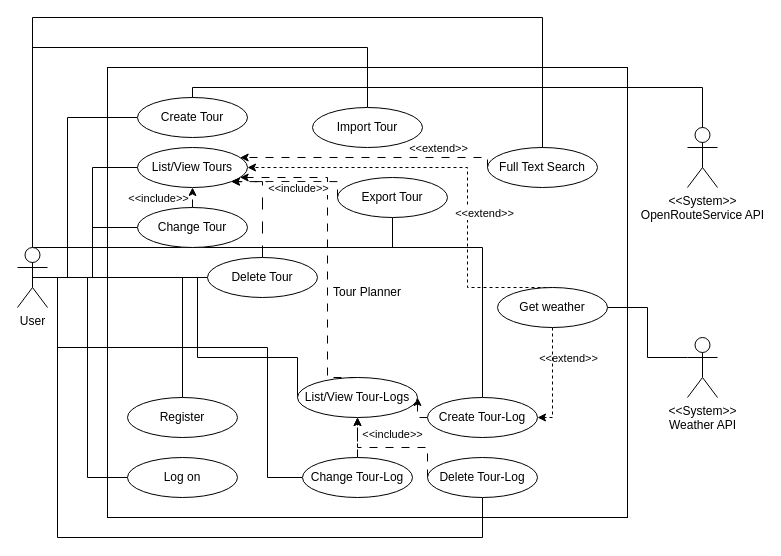
Above: docs/use cases/UseCaseDiagram.drawio in BIOApfelsaft/SWEN2_Tour_Planner (draw.io), before the change. Source tidied: cells renumbered, new cells numbered last; positions are measured from the earlier drawing's top-left corner, leaving out a move shared by most shapes. Both pictures are drawn from the tidied source at 100%, with x=0, y=0 at pixel (17, 17).
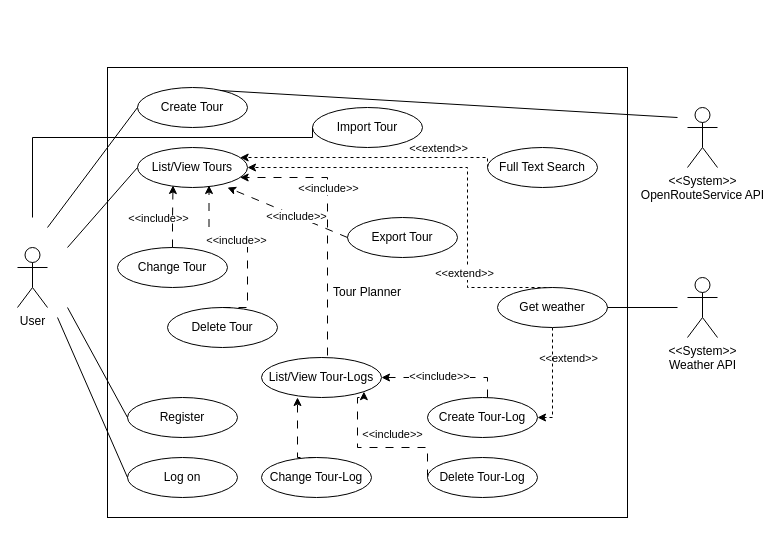
The same diagram, later.

Commit message:
Updated Use Case Diagram for better visuals

The change refers to these unchanged cells:
```xml
<mxCell id="16" value="User" style="shape=umlActor;verticalLabelPosition=bottom;verticalAlign=top;html=1;" parent="1" vertex="1">
  <mxGeometry y="230" width="30" height="60" as="geometry" />
</mxCell>
<mxCell id="21" value="Register" style="ellipse;whiteSpace=wrap;html=1;" parent="1" vertex="1">
  <mxGeometry x="110" y="380" width="110" height="40" as="geometry" />
</mxCell>
<mxCell id="22" value="Log on" style="ellipse;whiteSpace=wrap;html=1;" parent="1" vertex="1">
  <mxGeometry x="110" y="440" width="110" height="40" as="geometry" />
</mxCell>
<mxCell id="23" value="List/View Tours" style="ellipse;whiteSpace=wrap;html=1;" parent="1" vertex="1">
  <mxGeometry x="120" y="130" width="110" height="40" as="geometry" />
</mxCell>
<mxCell id="30" value="Create Tour-Log" style="ellipse;whiteSpace=wrap;html=1;" parent="1" vertex="1">
  <mxGeometry x="410" y="380" width="110" height="40" as="geometry" />
</mxCell>
<mxCell id="32" value="Delete Tour-Log" style="ellipse;whiteSpace=wrap;html=1;" parent="1" vertex="1">
  <mxGeometry x="410" y="440" width="110" height="40" as="geometry" />
</mxCell>
<mxCell id="39" value="Full Text Search" style="ellipse;whiteSpace=wrap;html=1;" parent="1" vertex="1">
  <mxGeometry x="470" y="130" width="110" height="40" as="geometry" />
</mxCell>
<mxCell id="43" value="Import Tour" style="ellipse;whiteSpace=wrap;html=1;" parent="1" vertex="1">
  <mxGeometry x="295" y="90" width="110" height="40" as="geometry" />
</mxCell>
<mxCell id="49" value="Get weather" style="ellipse;whiteSpace=wrap;html=1;" parent="1" vertex="1">
  <mxGeometry x="480" y="270" width="110" height="40" as="geometry" />
</mxCell>
```

What changed in the source:
```diff
@@
-    <mxCell id="3" style="edgeStyle=orthogonalEdgeStyle;rounded=0;jettySize=auto;html=1;exitX=0.5;exitY=0.5;exitDx=0;exitDy=0;exitPerimeter=0;endArrow=none;endFill=0;" parent="1" edge="1" source="16" target="21">
-      <mxGeometry relative="1" as="geometry" />
-    </mxCell>
-    <mxCell id="4" style="edgeStyle=orthogonalEdgeStyle;rounded=0;jettySize=auto;html=1;exitX=0.5;exitY=0.5;exitDx=0;exitDy=0;exitPerimeter=0;endArrow=none;endFill=0;" parent="1" edge="1" source="16" target="22">
-      <mxGeometry relative="1" as="geometry">
-        <Array as="points">
-          <mxPoint x="70" y="260" />
-          <mxPoint x="70" y="460" />
-        </Array>
-      </mxGeometry>
-    </mxCell>
-    <mxCell id="5" style="edgeStyle=orthogonalEdgeStyle;rounded=0;jettySize=auto;html=1;exitX=0.5;exitY=0.5;exitDx=0;exitDy=0;exitPerimeter=0;entryX=0;entryY=0.5;entryDx=0;entryDy=0;endArrow=none;endFill=0;" parent="1" edge="1" source="16" target="23">
-      <mxGeometry relative="1" as="geometry" />
-    </mxCell>
-    <mxCell id="6" style="edgeStyle=orthogonalEdgeStyle;rounded=0;jettySize=auto;html=1;exitX=0.5;exitY=0.5;exitDx=0;exitDy=0;exitPerimeter=0;endArrow=none;endFill=0;" parent="1" edge="1" source="16" target="24">
-      <mxGeometry relative="1" as="geometry">
-        <Array as="points">
-          <mxPoint x="50" y="260" />
-          <mxPoint x="50" y="100" />
-        </Array>
-      </mxGeometry>
-    </mxCell>
-    <mxCell id="7" style="edgeStyle=orthogonalEdgeStyle;rounded=0;jettySize=auto;html=1;exitX=0.5;exitY=0.5;exitDx=0;exitDy=0;exitPerimeter=0;entryX=0;entryY=0.5;entryDx=0;entryDy=0;endArrow=none;endFill=0;" parent="1" edge="1" source="16" target="26">
-      <mxGeometry relative="1" as="geometry" />
-    </mxCell>
-    <mxCell id="8" style="edgeStyle=orthogonalEdgeStyle;rounded=0;jettySize=auto;html=1;exitX=0.5;exitY=0.5;exitDx=0;exitDy=0;exitPerimeter=0;entryX=0;entryY=0.5;entryDx=0;entryDy=0;endArrow=none;endFill=0;" parent="1" edge="1" source="16" target="28">
-      <mxGeometry relative="1" as="geometry" />
-    </mxCell>
-    <mxCell id="9" style="edgeStyle=orthogonalEdgeStyle;rounded=0;jettySize=auto;html=1;exitX=0.5;exitY=0.5;exitDx=0;exitDy=0;exitPerimeter=0;entryX=0;entryY=0.5;entryDx=0;entryDy=0;endArrow=none;endFill=0;" parent="1" edge="1" source="16" target="34">
-      <mxGeometry relative="1" as="geometry">
-        <Array as="points">
-          <mxPoint x="180" y="260" />
-          <mxPoint x="180" y="340" />
-          <mxPoint x="280" y="340" />
-        </Array>
-      </mxGeometry>
-    </mxCell>
-    <mxCell id="10" style="edgeStyle=orthogonalEdgeStyle;rounded=0;jettySize=auto;html=1;exitX=0.5;exitY=0.5;exitDx=0;exitDy=0;exitPerimeter=0;endArrow=none;endFill=0;" parent="1" edge="1" source="16" target="36">
-      <mxGeometry relative="1" as="geometry">
-        <Array as="points">
-          <mxPoint x="40" y="260" />
-          <mxPoint x="40" y="330" />
-          <mxPoint x="250" y="330" />
-          <mxPoint x="250" y="460" />
-        </Array>
-      </mxGeometry>
-    </mxCell>
-    <mxCell id="11" style="edgeStyle=orthogonalEdgeStyle;rounded=0;jettySize=auto;html=1;exitX=0.5;exitY=0.5;exitDx=0;exitDy=0;exitPerimeter=0;endArrow=none;endFill=0;" parent="1" edge="1" source="16" target="30">
-      <mxGeometry relative="1" as="geometry">
-        <Array as="points">
-          <mxPoint x="15" y="230" />
-          <mxPoint x="465" y="230" />
-        </Array>
-      </mxGeometry>
-    </mxCell>
-    <mxCell id="12" style="edgeStyle=orthogonalEdgeStyle;rounded=0;jettySize=auto;html=1;exitX=0.5;exitY=0.5;exitDx=0;exitDy=0;exitPerimeter=0;endArrow=none;endFill=0;" parent="1" edge="1" source="16" target="32">
-      <mxGeometry relative="1" as="geometry">
-        <Array as="points">
-          <mxPoint x="40" y="260" />
-          <mxPoint x="40" y="520" />
-          <mxPoint x="465" y="520" />
-        </Array>
-      </mxGeometry>
-    </mxCell>
-    <mxCell id="13" style="edgeStyle=orthogonalEdgeStyle;rounded=0;jettySize=auto;html=1;exitX=0.5;exitY=0.5;exitDx=0;exitDy=0;exitPerimeter=0;entryX=0;entryY=0.5;entryDx=0;entryDy=0;endArrow=none;endFill=0;" parent="1" edge="1" source="16" target="39">
-      <mxGeometry relative="1" as="geometry">
-        <Array as="points">
-          <mxPoint x="15" />
-          <mxPoint x="525" />
-          <mxPoint x="525" y="150" />
-        </Array>
-      </mxGeometry>
-    </mxCell>
-    <mxCell id="14" style="edgeStyle=orthogonalEdgeStyle;rounded=0;jettySize=auto;html=1;exitX=0.5;exitY=0.5;exitDx=0;exitDy=0;exitPerimeter=0;endArrow=none;endFill=0;" parent="1" edge="1" source="16" target="42">
-      <mxGeometry relative="1" as="geometry">
-        <Array as="points">
-          <mxPoint x="15" y="230" />
-          <mxPoint x="375" y="230" />
-        </Array>
-      </mxGeometry>
-    </mxCell>
-    <mxCell id="15" style="edgeStyle=orthogonalEdgeStyle;rounded=0;jettySize=auto;html=1;exitX=0.5;exitY=0;exitDx=0;exitDy=0;exitPerimeter=0;endArrow=none;endFill=0;" parent="1" edge="1" source="16" target="43">
-      <mxGeometry relative="1" as="geometry">
-        <Array as="points">
-          <mxPoint x="15" y="30" />
-          <mxPoint x="350" y="30" />
-        </Array>
-      </mxGeometry>
-    </mxCell>
@@
-    <mxCell id="17" style="edgeStyle=orthogonalEdgeStyle;rounded=0;jettySize=auto;html=1;exitX=0.5;exitY=0.5;exitDx=0;exitDy=0;exitPerimeter=0;entryX=1;entryY=0.5;entryDx=0;entryDy=0;endArrow=none;endFill=0;" parent="1" edge="1" source="18" target="24">
-      <mxGeometry relative="1" as="geometry">
-        <Array as="points">
-          <mxPoint x="685" y="70" />
-          <mxPoint x="175" y="70" />
-          <mxPoint x="175" y="100" />
-        </Array>
-      </mxGeometry>
-    </mxCell>
     <mxCell id="18" value="&amp;lt;&amp;lt;System&amp;gt;&amp;gt;&lt;br&gt;OpenRouteService API" style="shape=umlActor;verticalLabelPosition=bottom;verticalAlign=top;html=1;" parent="1" vertex="1">
-      <mxGeometry x="670" y="110" width="30" height="60" as="geometry" />
+      <mxGeometry x="670" y="90" width="30" height="60" as="geometry" />
     </mxCell>
-    <mxCell id="19" style="edgeStyle=orthogonalEdgeStyle;rounded=0;jettySize=auto;html=1;exitX=0;exitY=0.3333333333333333;exitDx=0;exitDy=0;exitPerimeter=0;entryX=1;entryY=0.5;entryDx=0;entryDy=0;endArrow=none;endFill=0;" parent="1" edge="1" source="20" target="49">
-      <mxGeometry relative="1" as="geometry" />
-    </mxCell>
     <mxCell id="20" value="&amp;lt;&amp;lt;System&amp;gt;&amp;gt;&lt;br&gt;Weather API" style="shape=umlActor;verticalLabelPosition=bottom;verticalAlign=top;html=1;" parent="1" vertex="1">
-      <mxGeometry x="670" y="320" width="30" height="60" as="geometry" />
+      <mxGeometry x="670" y="260" width="30" height="60" as="geometry" />
     </mxCell>
@@
     <mxCell id="24" value="Create Tour" style="ellipse;whiteSpace=wrap;html=1;" parent="1" vertex="1">
-      <mxGeometry x="120" y="80" width="110" height="40" as="geometry" />
+      <mxGeometry x="120" y="70" width="110" height="40" as="geometry" />
     </mxCell>
-    <mxCell id="25" style="edgeStyle=orthogonalEdgeStyle;rounded=0;jettySize=auto;html=1;exitX=0.5;exitY=0;exitDx=0;exitDy=0;entryX=0.5;entryY=1;entryDx=0;entryDy=0;dashed=1;dashPattern=8 8;" parent="1" edge="1" source="26" target="23">
-      <mxGeometry relative="1" as="geometry" />
-    </mxCell>
     <mxCell id="26" value="Change Tour" style="ellipse;whiteSpace=wrap;html=1;" parent="1" vertex="1">
-      <mxGeometry x="120" y="190" width="110" height="40" as="geometry" />
+      <mxGeometry x="100" y="230" width="110" height="40" as="geometry" />
     </mxCell>
-    <mxCell id="27" style="edgeStyle=orthogonalEdgeStyle;rounded=0;jettySize=auto;html=1;exitX=0.5;exitY=0;exitDx=0;exitDy=0;entryX=1;entryY=1;entryDx=0;entryDy=0;dashed=1;dashPattern=12 12;" parent="1" edge="1" source="28" target="23">
-      <mxGeometry relative="1" as="geometry">
-        <Array as="points">
-          <mxPoint x="245" y="164" />
-        </Array>
-      </mxGeometry>
-    </mxCell>
     <mxCell id="28" value="Delete Tour" style="ellipse;whiteSpace=wrap;html=1;" parent="1" vertex="1">
-      <mxGeometry x="190" y="240" width="110" height="40" as="geometry" />
+      <mxGeometry x="150" y="290" width="110" height="40" as="geometry" />
     </mxCell>
     <mxCell id="29" style="edgeStyle=orthogonalEdgeStyle;rounded=0;jettySize=auto;html=1;exitX=0;exitY=0.5;exitDx=0;exitDy=0;entryX=1;entryY=0.5;entryDx=0;entryDy=0;dashed=1;dashPattern=8 8;" parent="1" edge="1" source="30" target="34">
-      <mxGeometry relative="1" as="geometry" />
+      <mxGeometry relative="1" as="geometry">
+        <Array as="points">
+          <mxPoint x="470" y="400" />
+          <mxPoint x="470" y="360" />
+        </Array>
+      </mxGeometry>
     </mxCell>
+    <mxCell id="51" value="&amp;lt;&amp;lt;include&amp;gt;&amp;gt;" style="edgeLabel;html=1;align=center;verticalAlign=middle;" parent="29" vertex="1">
+      <mxGeometry x="0.45" y="5" relative="1" as="geometry">
+        <mxPoint y="-7" as="offset" />
+      </mxGeometry>
+    </mxCell>
@@
-    <mxCell id="31" style="edgeStyle=orthogonalEdgeStyle;rounded=0;jettySize=auto;html=1;exitX=0;exitY=0.5;exitDx=0;exitDy=0;entryX=0.5;entryY=1;entryDx=0;entryDy=0;dashed=1;dashPattern=8 8;" parent="1" edge="1" source="32" target="34">
+    <mxCell id="31" style="edgeStyle=orthogonalEdgeStyle;rounded=0;jettySize=auto;html=1;exitX=0;exitY=0.5;exitDx=0;exitDy=0;entryX=1;entryY=1;entryDx=0;entryDy=0;dashed=1;dashPattern=8 8;" parent="1" edge="1" source="32" target="34">
       <mxGeometry relative="1" as="geometry">
         <Array as="points">
           <mxPoint x="410" y="430" />
           <mxPoint x="340" y="430" />
+          <mxPoint x="340" y="380" />
+          <mxPoint x="346" y="380" />
         </Array>
       </mxGeometry>
     </mxCell>
@@
     <mxCell id="34" value="List/View Tour-Logs" style="ellipse;whiteSpace=wrap;html=1;" parent="1" vertex="1">
-      <mxGeometry x="280" y="360" width="120" height="40" as="geometry" />
+      <mxGeometry x="244" y="340" width="120" height="40" as="geometry" />
     </mxCell>
-    <mxCell id="35" style="edgeStyle=orthogonalEdgeStyle;rounded=0;jettySize=auto;html=1;exitX=0.5;exitY=0;exitDx=0;exitDy=0;entryX=0.5;entryY=1;entryDx=0;entryDy=0;dashed=1;dashPattern=8 8;" parent="1" edge="1" source="36" target="34">
+    <mxCell id="35" style="edgeStyle=orthogonalEdgeStyle;rounded=0;jettySize=auto;html=1;exitX=0.5;exitY=0;exitDx=0;exitDy=0;dashed=1;dashPattern=8 8;" parent="1" edge="1" source="36">
       <mxGeometry relative="1" as="geometry">
+        <mxPoint x="280" y="380" as="targetPoint" />
         <Array as="points">
-          <mxPoint x="340" y="430" />
-          <mxPoint x="340" y="430" />
+          <mxPoint x="280" y="440" />
+          <mxPoint x="280" y="380" />
         </Array>
       </mxGeometry>
     </mxCell>
     <mxCell id="36" value="Change Tour-Log" style="ellipse;whiteSpace=wrap;html=1;" parent="1" vertex="1">
-      <mxGeometry x="285" y="440" width="110" height="40" as="geometry" />
+      <mxGeometry x="244" y="440" width="110" height="40" as="geometry" />
     </mxCell>
-    <mxCell id="37" style="edgeStyle=orthogonalEdgeStyle;rounded=0;jettySize=auto;html=1;exitX=0;exitY=0.5;exitDx=0;exitDy=0;dashed=1;dashPattern=8 8;" parent="1" edge="1" source="39" target="23">
+    <mxCell id="37" style="edgeStyle=orthogonalEdgeStyle;rounded=0;jettySize=auto;html=1;exitX=0;exitY=0.5;exitDx=0;exitDy=0;dashed=1;" parent="1" edge="1" source="39" target="23">
       <mxGeometry relative="1" as="geometry">
         <Array as="points">
           <mxPoint x="470" y="140" />
         </Array>
       </mxGeometry>
     </mxCell>
@@
-    <mxCell id="40" style="edgeStyle=orthogonalEdgeStyle;rounded=0;jettySize=auto;html=1;exitX=0;exitY=0.5;exitDx=0;exitDy=0;entryX=1;entryY=1;entryDx=0;entryDy=0;dashed=1;dashPattern=8 8;" parent="1" edge="1" source="42" target="23">
-      <mxGeometry relative="1" as="geometry">
-        <Array as="points">
-          <mxPoint x="320" y="164" />
-        </Array>
-      </mxGeometry>
-    </mxCell>
-    <mxCell id="41" value="&amp;lt;&amp;lt;include&amp;gt;&amp;gt;" style="edgeLabel;html=1;align=center;verticalAlign=middle;" parent="40" vertex="1">
-      <mxGeometry x="0.27" y="-2" relative="1" as="geometry">
-        <mxPoint x="22" y="8" as="offset" />
-      </mxGeometry>
-    </mxCell>
     <mxCell id="42" value="Export Tour" style="ellipse;whiteSpace=wrap;html=1;" parent="1" vertex="1">
-      <mxGeometry x="320" y="160" width="110" height="40" as="geometry" />
+      <mxGeometry x="330" y="200" width="110" height="40" as="geometry" />
     </mxCell>
@@
     <mxCell id="44" value="&amp;lt;&amp;lt;include&amp;gt;&amp;gt;" style="edgeLabel;html=1;align=center;verticalAlign=middle;" parent="1" vertex="1">
-      <mxGeometry x="140" y="180" as="geometry" />
+      <mxGeometry x="140" y="200" as="geometry" />
     </mxCell>
@@
     <mxCell id="50" value="&amp;lt;&amp;lt;extend&amp;gt;&amp;gt;" style="edgeLabel;html=1;align=center;verticalAlign=middle;" parent="1" vertex="1">
-      <mxGeometry x="620" y="350" as="geometry">
+      <mxGeometry x="600" y="410" as="geometry">
         <mxPoint x="-154" y="-155" as="offset" />
       </mxGeometry>
     </mxCell>
+    <mxCell id="52" style="endArrow=none;html=1;rounded=0;entryX=0;entryY=0.5;entryDx=0;entryDy=0;" parent="1" edge="1" target="24">
+      <mxGeometry relative="1" as="geometry">
+        <mxPoint x="30" y="210" as="sourcePoint" />
+      </mxGeometry>
+    </mxCell>
+    <mxCell id="53" style="endArrow=none;html=1;rounded=0;entryX=0;entryY=0.5;entryDx=0;entryDy=0;" parent="1" edge="1" target="22">
+      <mxGeometry relative="1" as="geometry">
+        <mxPoint x="40" y="300" as="sourcePoint" />
+      </mxGeometry>
+    </mxCell>
+    <mxCell id="54" style="endArrow=none;html=1;rounded=0;entryX=0;entryY=0.5;entryDx=0;entryDy=0;" parent="1" edge="1" target="21">
+      <mxGeometry relative="1" as="geometry">
+        <mxPoint x="50" y="290" as="sourcePoint" />
+      </mxGeometry>
+    </mxCell>
+    <mxCell id="55" style="endArrow=none;html=1;rounded=0;exitX=0.75;exitY=0.075;exitDx=0;exitDy=0;exitPerimeter=0;" parent="1" edge="1" source="24">
+      <mxGeometry relative="1" as="geometry">
+        <mxPoint x="660" y="100" as="targetPoint" />
+      </mxGeometry>
+    </mxCell>
+    <mxCell id="56" style="endArrow=none;html=1;rounded=0;" parent="1" edge="1">
+      <mxGeometry relative="1" as="geometry">
+        <mxPoint x="590" y="290" as="sourcePoint" />
+        <mxPoint x="660" y="290" as="targetPoint" />
+      </mxGeometry>
+    </mxCell>
+    <mxCell id="57" style="endArrow=none;html=1;rounded=0;entryX=0;entryY=0.5;entryDx=0;entryDy=0;" parent="1" edge="1">
+      <mxGeometry relative="1" as="geometry">
+        <mxPoint x="50" y="230" as="sourcePoint" />
+        <mxPoint x="120" y="150" as="targetPoint" />
+      </mxGeometry>
+    </mxCell>
+    <mxCell id="58" style="endArrow=classic;html=1;rounded=0;entryX=0;entryY=0.5;entryDx=0;entryDy=0;endFill=1;dashed=1;dashPattern=8 8;exitX=0;exitY=0.5;exitDx=0;exitDy=0;" parent="1" edge="1" source="42">
+      <mxGeometry relative="1" as="geometry">
+        <mxPoint x="210" y="170" as="targetPoint" />
+      </mxGeometry>
+    </mxCell>
+    <mxCell id="59" value="&amp;lt;&amp;lt;include&amp;gt;&amp;gt;" style="edgeLabel;html=1;align=center;verticalAlign=middle;" parent="1" vertex="1">
+      <mxGeometry x="310" y="170" as="geometry" />
+    </mxCell>
+    <mxCell id="60" value="&amp;lt;&amp;lt;include&amp;gt;&amp;gt;" style="edgeLabel;html=1;align=center;verticalAlign=middle;" parent="1" vertex="1">
+      <mxGeometry x="450" y="200" as="geometry">
+        <mxPoint x="-172" y="-2" as="offset" />
+      </mxGeometry>
+    </mxCell>
+    <mxCell id="27" style="edgeStyle=orthogonalEdgeStyle;rounded=0;jettySize=auto;html=1;exitX=0.5;exitY=0;exitDx=0;exitDy=0;entryX=0.65;entryY=0.95;entryDx=0;entryDy=0;entryPerimeter=0;dashed=1;dashPattern=8 8;" parent="1" edge="1" source="28" target="23">
+      <mxGeometry relative="1" as="geometry">
+        <Array as="points">
+          <mxPoint x="230" y="290" />
+          <mxPoint x="230" y="220" />
+          <mxPoint x="192" y="220" />
+        </Array>
+      </mxGeometry>
+    </mxCell>
+    <mxCell id="61" value="&amp;lt;&amp;lt;include&amp;gt;&amp;gt;" style="edgeLabel;html=1;align=center;verticalAlign=middle;" parent="27" vertex="1">
+      <mxGeometry x="-0.25" y="3" relative="1" as="geometry">
+        <mxPoint x="-9" y="-23" as="offset" />
+      </mxGeometry>
+    </mxCell>
+    <mxCell id="25" style="edgeStyle=orthogonalEdgeStyle;rounded=0;jettySize=auto;html=1;exitX=0.5;exitY=0;exitDx=0;exitDy=0;entryX=0.323;entryY=0.95;entryDx=0;entryDy=0;entryPerimeter=0;dashed=1;dashPattern=8 8;" parent="1" edge="1" source="26" target="23">
+      <mxGeometry relative="1" as="geometry" />
+    </mxCell>
+    <mxCell id="62" style="edgeStyle=orthogonalEdgeStyle;rounded=0;jettySize=auto;html=1;exitX=0;exitY=0.5;exitDx=0;exitDy=0;endArrow=none;endFill=0;" parent="1" edge="1" source="43">
+      <mxGeometry relative="1" as="geometry">
+        <mxPoint x="15" y="200" as="targetPoint" />
+        <Array as="points">
+          <mxPoint x="295" y="120" />
+          <mxPoint x="15" y="120" />
+        </Array>
+      </mxGeometry>
+    </mxCell>
```
